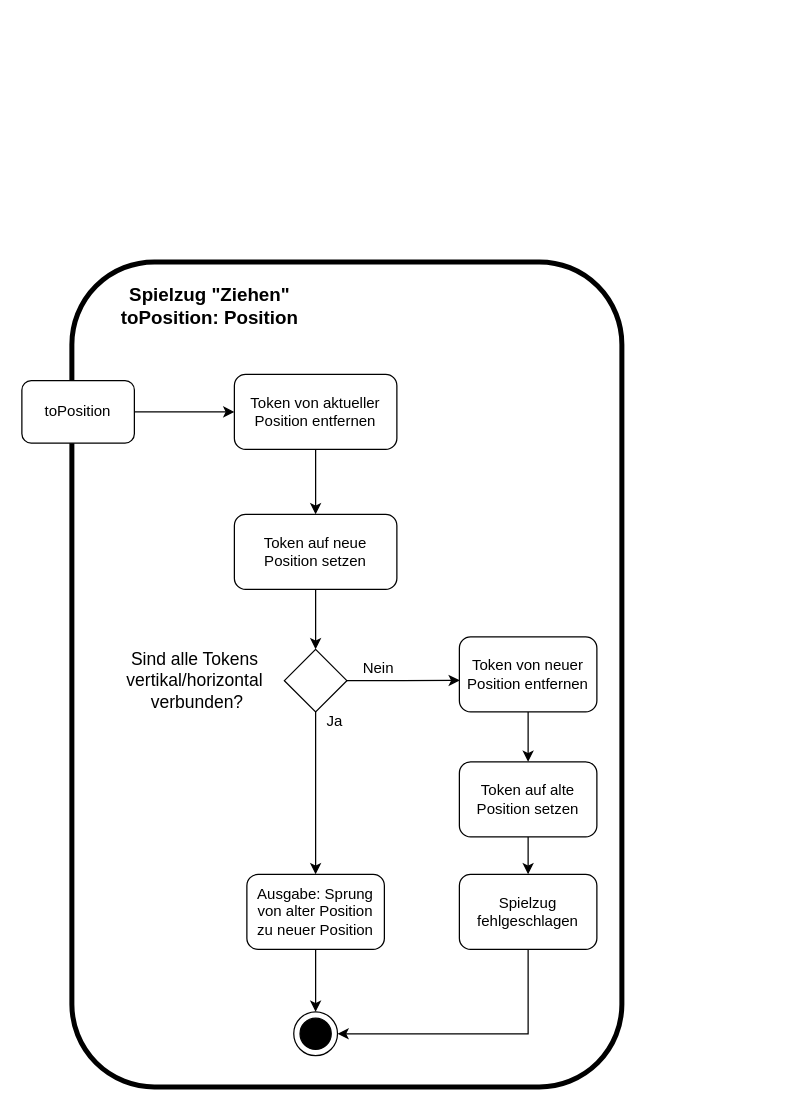
The draw.io diagram token_draw.drawio in schaefereric/uml-stash, before the edit. Source tidied: cells renumbered, new cells numbered last; positions are measured from the earlier drawing's top-left corner, leaving out a move shared by most shapes. Both pictures are drawn from the tidied source at 125%, with x=0, y=0 at pixel (21, 261).
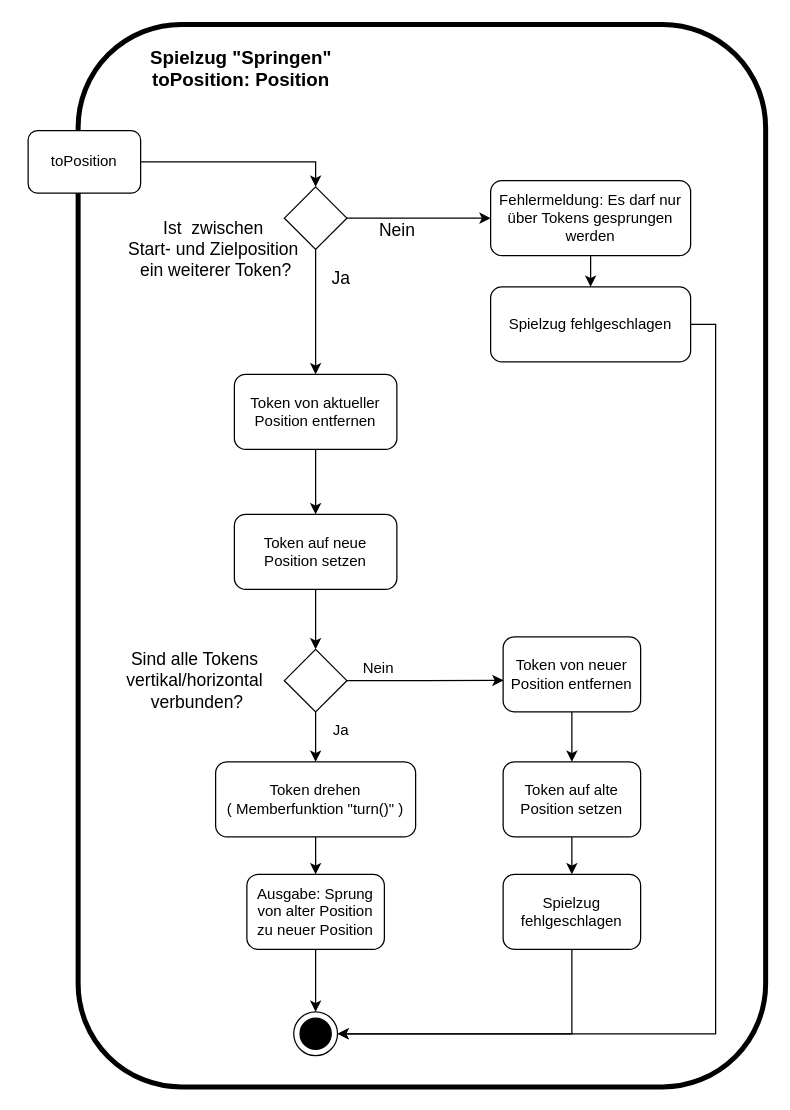
The same page after the edit.

Unchanged cells that the change refers to:
```xml
<mxCell id="4" value="Token von aktueller Position entfernen" style="rounded=1;whiteSpace=wrap;html=1;" parent="1" vertex="1">
  <mxGeometry x="170" y="90" width="130" height="60" as="geometry" />
</mxCell>
<mxCell id="8" style="rhombus;whiteSpace=wrap;html=1;" parent="1" vertex="1">
  <mxGeometry x="210" y="310" width="50" height="50" as="geometry" />
</mxCell>
<mxCell id="17" value="Ausgabe: Sprung von alter Position zu neuer Position" style="rounded=1;whiteSpace=wrap;html=1;" parent="1" vertex="1">
  <mxGeometry x="180" y="490" width="110" height="60" as="geometry" />
</mxCell>
<mxCell id="21" style="ellipse;whiteSpace=wrap;html=1;" parent="1" vertex="1">
  <mxGeometry x="217.5" y="600" width="35" height="35" as="geometry" />
</mxCell>
```

What changed in the source:
```diff
@@
     <mxCell id="2" style="rounded=1;whiteSpace=wrap;html=1;fillColor=none;strokeWidth=4;" parent="1" vertex="1">
-      <mxGeometry x="40" width="440" height="660" as="geometry" />
+      <mxGeometry x="45" y="-190" width="550" height="850" as="geometry" />
     </mxCell>
@@
-    <mxCell id="7" style="edgeStyle=orthogonalEdgeStyle;rounded=0;jettySize=auto;html=1;exitX=0.5;exitY=1;exitDx=0;exitDy=0;entryX=0.5;entryY=0;entryDx=0;entryDy=0;" parent="1" edge="1" source="8" target="17">
-      <mxGeometry relative="1" as="geometry" />
-    </mxCell>
+    <mxCell id="26" style="edgeStyle=orthogonalEdgeStyle;rounded=0;jettySize=auto;html=1;exitX=0.5;exitY=1;exitDx=0;exitDy=0;entryX=0.5;entryY=0;entryDx=0;entryDy=0;" parent="1" edge="1" source="8" target="32">
+      <mxGeometry relative="1" as="geometry" />
+    </mxCell>
@@
     <mxCell id="11" value="Token von neuer Position entfernen" style="rounded=1;whiteSpace=wrap;html=1;" parent="1" vertex="1">
-      <mxGeometry x="350" y="300" width="110" height="60" as="geometry" />
+      <mxGeometry x="385" y="300" width="110" height="60" as="geometry" />
     </mxCell>
@@
     <mxCell id="13" value="Token auf alte Position setzen" style="rounded=1;whiteSpace=wrap;html=1;" parent="1" vertex="1">
-      <mxGeometry x="350" y="400" width="110" height="60" as="geometry" />
+      <mxGeometry x="385" y="400" width="110" height="60" as="geometry" />
     </mxCell>
@@
     <mxCell id="15" value="Spielzug fehlgeschlagen" style="rounded=1;whiteSpace=wrap;html=1;" parent="1" vertex="1">
-      <mxGeometry x="350" y="490" width="110" height="60" as="geometry" />
+      <mxGeometry x="385" y="490" width="110" height="60" as="geometry" />
     </mxCell>
@@
     <mxCell id="19" value="Ja" style="text;html=1;align=center;verticalAlign=middle;strokeColor=none;fillColor=none;" parent="1" vertex="1">
-      <mxGeometry x="230" y="353" width="40" height="30" as="geometry" />
+      <mxGeometry x="235" y="360" width="40" height="30" as="geometry" />
     </mxCell>
@@
-    <mxCell id="23" style="edgeStyle=orthogonalEdgeStyle;rounded=0;jettySize=auto;html=1;exitX=1;exitY=0.5;exitDx=0;exitDy=0;" parent="1" edge="1" source="24" target="4">
-      <mxGeometry relative="1" as="geometry" />
-    </mxCell>
+    <mxCell id="27" style="edgeStyle=orthogonalEdgeStyle;rounded=0;jettySize=auto;html=1;exitX=1;exitY=0.5;exitDx=0;exitDy=0;entryX=0.5;entryY=0;entryDx=0;entryDy=0;" parent="1" edge="1" source="24" target="30">
+      <mxGeometry relative="1" as="geometry" />
+    </mxCell>
     <mxCell id="24" value="&lt;div&gt;toPosition&lt;/div&gt;" style="rounded=1;whiteSpace=wrap;html=1;" parent="1" vertex="1">
-      <mxGeometry y="95" width="90" height="50" as="geometry" />
+      <mxGeometry x="5" y="-105" width="90" height="50" as="geometry" />
     </mxCell>
-    <mxCell id="25" value="&lt;div style=&quot;font-size: 15px;&quot;&gt;&lt;font style=&quot;font-size: 15px;&quot;&gt;&lt;b&gt;Spielzug &quot;Ziehen&quot;&lt;/b&gt;&lt;/font&gt;&lt;/div&gt;&lt;font style=&quot;font-size: 15px;&quot;&gt;&lt;b&gt;&lt;font style=&quot;font-size: 15px;&quot;&gt;toPosition: Position&lt;/font&gt;&lt;/b&gt;&lt;b&gt;&lt;br&gt;&lt;/b&gt;&lt;/font&gt;" style="text;html=1;align=center;verticalAlign=middle;strokeColor=none;fillColor=none;" parent="1" vertex="1">
-      <mxGeometry x="70" y="10" width="160" height="50" as="geometry" />
+    <mxCell id="25" value="&lt;div style=&quot;font-size: 15px;&quot;&gt;&lt;font style=&quot;font-size: 15px;&quot;&gt;&lt;b&gt;Spielzug &quot;Springen&quot;&lt;/b&gt;&lt;/font&gt;&lt;/div&gt;&lt;font style=&quot;font-size: 15px;&quot;&gt;&lt;b&gt;&lt;font style=&quot;font-size: 15px;&quot;&gt;toPosition: Position&lt;/font&gt;&lt;/b&gt;&lt;b&gt;&lt;br&gt;&lt;/b&gt;&lt;/font&gt;" style="text;html=1;align=center;verticalAlign=middle;strokeColor=none;fillColor=none;" parent="1" vertex="1">
+      <mxGeometry x="90" y="-180" width="170" height="50" as="geometry" />
     </mxCell>
+    <mxCell id="28" style="edgeStyle=orthogonalEdgeStyle;rounded=0;jettySize=auto;html=1;exitX=0.5;exitY=1;exitDx=0;exitDy=0;entryX=0.5;entryY=0;entryDx=0;entryDy=0;" parent="1" edge="1" source="30" target="4">
+      <mxGeometry relative="1" as="geometry" />
+    </mxCell>
+    <mxCell id="29" style="edgeStyle=orthogonalEdgeStyle;rounded=0;jettySize=auto;html=1;exitX=1;exitY=0.5;exitDx=0;exitDy=0;entryX=0;entryY=0.5;entryDx=0;entryDy=0;" parent="1" edge="1" source="30" target="35">
+      <mxGeometry relative="1" as="geometry" />
+    </mxCell>
+    <mxCell id="30" style="rhombus;whiteSpace=wrap;html=1;" parent="1" vertex="1">
+      <mxGeometry x="210" y="-60" width="50" height="50" as="geometry" />
+    </mxCell>
+    <mxCell id="31" style="edgeStyle=orthogonalEdgeStyle;rounded=0;jettySize=auto;html=1;exitX=0.5;exitY=1;exitDx=0;exitDy=0;entryX=0.5;entryY=0;entryDx=0;entryDy=0;" parent="1" edge="1" source="32" target="17">
+      <mxGeometry relative="1" as="geometry" />
+    </mxCell>
+    <mxCell id="32" value="&lt;div&gt;Token drehen&lt;/div&gt;&lt;div&gt;( Memberfunktion &quot;turn()&quot; )&lt;/div&gt;" style="rounded=1;whiteSpace=wrap;html=1;" parent="1" vertex="1">
+      <mxGeometry x="155" y="400" width="160" height="60" as="geometry" />
+    </mxCell>
+    <mxCell id="33" value="&lt;div style=&quot;font-size: 14px;&quot;&gt;&lt;font style=&quot;font-size: 14px;&quot;&gt;Ist&amp;nbsp; zwischen&amp;nbsp;&lt;/font&gt;&lt;/div&gt;&lt;div style=&quot;font-size: 14px;&quot;&gt;&lt;font style=&quot;font-size: 14px;&quot;&gt;Start- und Zielposition&amp;nbsp;&lt;/font&gt;&lt;/div&gt;&lt;div style=&quot;font-size: 14px;&quot;&gt;&lt;font style=&quot;font-size: 14px;&quot;&gt;ein weiterer Token?&lt;/font&gt;&lt;/div&gt;" style="text;html=1;align=center;verticalAlign=middle;strokeColor=none;fillColor=none;" parent="1" vertex="1">
+      <mxGeometry x="70" y="-40" width="170" height="60" as="geometry" />
+    </mxCell>
+    <mxCell id="34" style="edgeStyle=orthogonalEdgeStyle;rounded=0;jettySize=auto;html=1;exitX=0.5;exitY=1;exitDx=0;exitDy=0;entryX=0.5;entryY=0;entryDx=0;entryDy=0;" parent="1" edge="1" source="35" target="37">
+      <mxGeometry relative="1" as="geometry" />
+    </mxCell>
+    <mxCell id="35" value="Fehlermeldung: Es darf nur über Tokens gesprungen werden" style="rounded=1;whiteSpace=wrap;html=1;" parent="1" vertex="1">
+      <mxGeometry x="375" y="-65" width="160" height="60" as="geometry" />
+    </mxCell>
+    <mxCell id="36" style="edgeStyle=orthogonalEdgeStyle;rounded=0;jettySize=auto;html=1;exitX=1;exitY=0.5;exitDx=0;exitDy=0;entryX=1;entryY=0.5;entryDx=0;entryDy=0;" parent="1" edge="1" source="37" target="21">
+      <mxGeometry relative="1" as="geometry" />
+    </mxCell>
+    <mxCell id="37" value="Spielzug fehlgeschlagen" style="rounded=1;whiteSpace=wrap;html=1;" parent="1" vertex="1">
+      <mxGeometry x="375" y="20" width="160" height="60" as="geometry" />
+    </mxCell>
+    <mxCell id="38" value="&lt;font style=&quot;font-size: 14px;&quot;&gt;Ja&lt;/font&gt;" style="text;html=1;align=center;verticalAlign=middle;strokeColor=none;fillColor=none;" parent="1" vertex="1">
+      <mxGeometry x="235" y="-2" width="40" height="30" as="geometry" />
+    </mxCell>
+    <mxCell id="39" value="&lt;font style=&quot;font-size: 14px;&quot;&gt;Nein&lt;/font&gt;" style="text;html=1;align=center;verticalAlign=middle;strokeColor=none;fillColor=none;" parent="1" vertex="1">
+      <mxGeometry x="275" y="-40" width="50" height="30" as="geometry" />
+    </mxCell>
```
